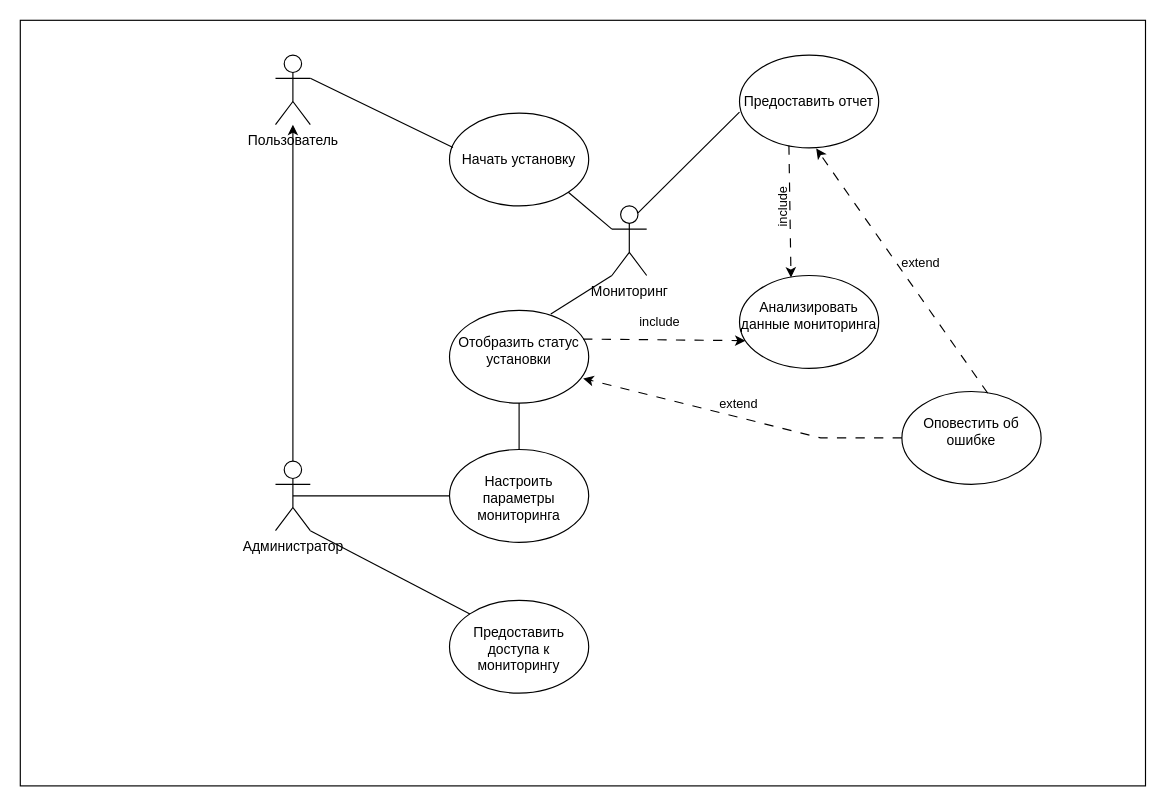
Before: Project_Analysis/Use_Case_Diagram/Use_Case_Diagram.drawio in AynurVafin/Install_monitor, a draw.io diagram. Source tidied: cells renumbered, new cells numbered last; positions are measured from the earlier drawing's top-left corner, leaving out a move shared by most shapes. Both pictures are drawn from the tidied source at 116%, with x=0, y=0 at pixel (20, 20).
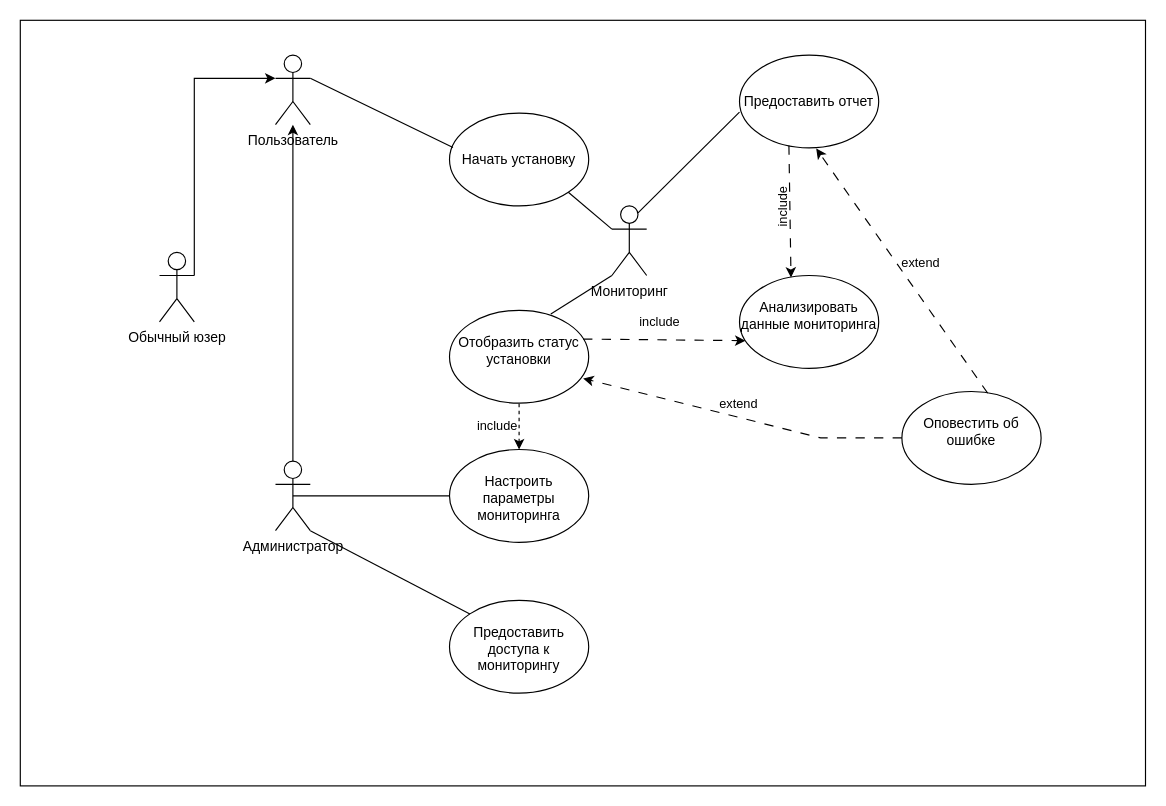
Above is the later version.

Unchanged cells that the change refers to:
```xml
<mxCell id="3" value="Пользователь" style="shape=umlActor;verticalLabelPosition=bottom;verticalAlign=top;html=1;outlineConnect=0;labelBackgroundColor=none;" parent="1" vertex="1">
  <mxGeometry x="220" y="30" width="30" height="60" as="geometry" />
</mxCell>
<mxCell id="6" value="&lt;br&gt;Настроить параметры мониторинга&lt;br&gt;&lt;br&gt;" style="ellipse;whiteSpace=wrap;html=1;verticalAlign=top;labelBackgroundColor=none;" parent="1" vertex="1">
  <mxGeometry x="370" y="370" width="120" height="80" as="geometry" />
</mxCell>
<mxCell id="8" value="&lt;br&gt;Отобразить статус установки&lt;br&gt;&lt;br&gt;" style="ellipse;whiteSpace=wrap;html=1;verticalAlign=top;labelBackgroundColor=none;" parent="1" vertex="1">
  <mxGeometry x="370" y="250" width="120" height="80" as="geometry" />
</mxCell>
```

The edit, as a diff of the source:
```diff
@@
-    <mxCell id="13" style="endArrow=none;html=1;rounded=0;entryX=0.5;entryY=1;entryDx=0;entryDy=0;exitX=0.5;exitY=0;exitDx=0;exitDy=0;labelBackgroundColor=none;fontColor=default;" parent="1" edge="1" source="6" target="8">
+    <mxCell id="13" value="include" style="endArrow=none;html=1;rounded=0;entryX=0.5;entryY=1;entryDx=0;entryDy=0;exitX=0.5;exitY=0;exitDx=0;exitDy=0;labelBackgroundColor=none;fontColor=default;dashed=1;endFill=0;startArrow=classic;startFill=1;align=right;" parent="1" edge="1" source="6" target="8">
       <mxGeometry relative="1" as="geometry" />
     </mxCell>
@@
+    <mxCell id="25" value="Обычный юзер" style="shape=umlActor;verticalLabelPosition=bottom;verticalAlign=top;html=1;outlineConnect=0;" parent="1" vertex="1">
+      <mxGeometry x="120" y="200" width="30" height="60" as="geometry" />
+    </mxCell>
+    <mxCell id="26" style="endArrow=classic;html=1;rounded=0;exitX=1;exitY=0.3333333333333333;exitDx=0;exitDy=0;exitPerimeter=0;entryX=0;entryY=0.3333333333333333;entryDx=0;entryDy=0;entryPerimeter=0;" parent="1" edge="1" source="25" target="3">
+      <mxGeometry relative="1" as="geometry">
+        <Array as="points">
+          <mxPoint x="150" y="50" />
+        </Array>
+      </mxGeometry>
+    </mxCell>
```
